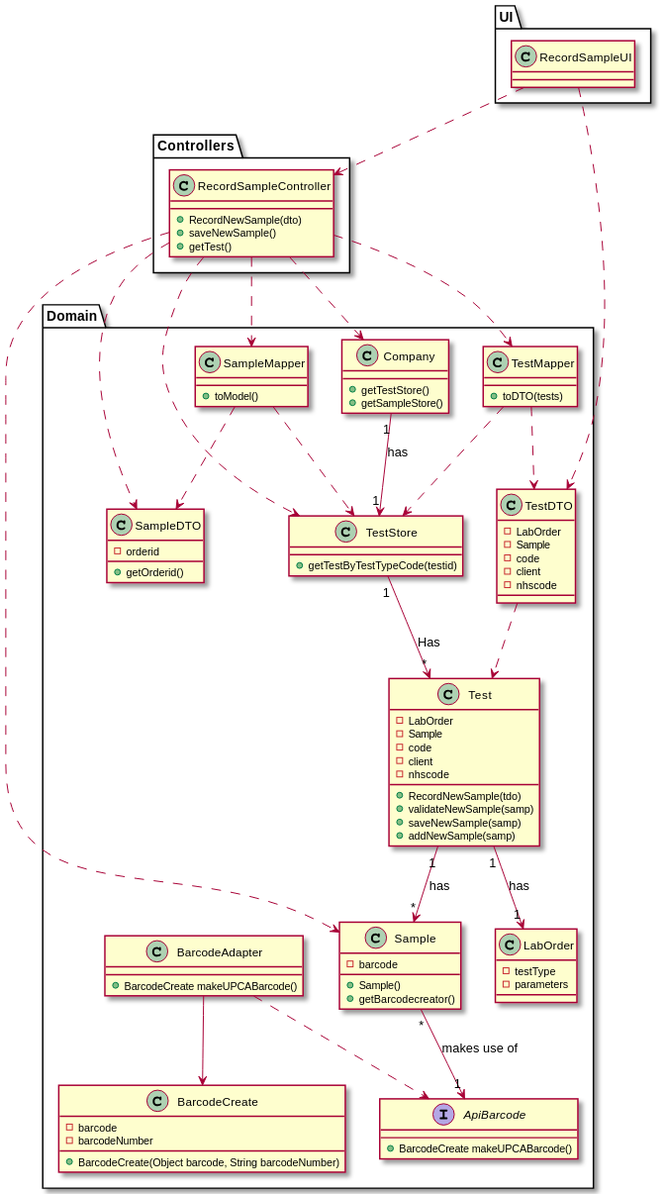
This is docs/SprintC/US5_RecordTheSample/US005_CD.svg from Pedromaia26/LAPR2-ISEP, a PlantUML export, as it was before one commit.
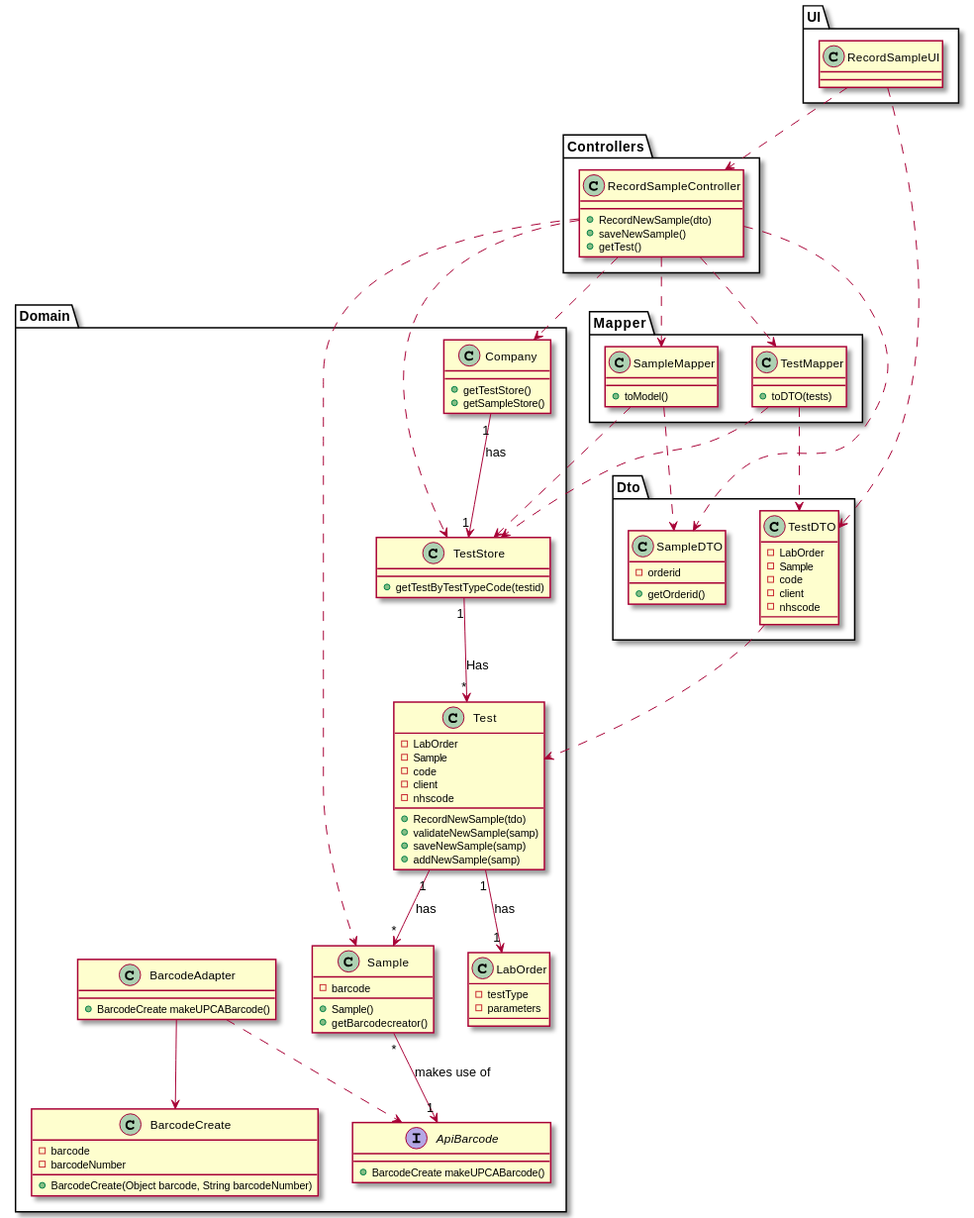
After the commit.

Change to the diagram source:
```diff
@@ -8,16 +8,21 @@
 package "Domain" {
  Class Company
 Class Sample
-Class TestMapper
-Class SampleDTO
-Class SampleMapper
 Class TestStore
 Class Test
-Class TestDTO
 Class LabOrder
 Interface ApiBarcode
 Class BarcodeAdapter
 Class BarcodeCreate
+}
+package "Mapper" {
+Class TestMapper
+Class SampleMapper
+
+}
+package "Dto"{
+Class SampleDTO
+Class TestDTO
 }
 
 
```
